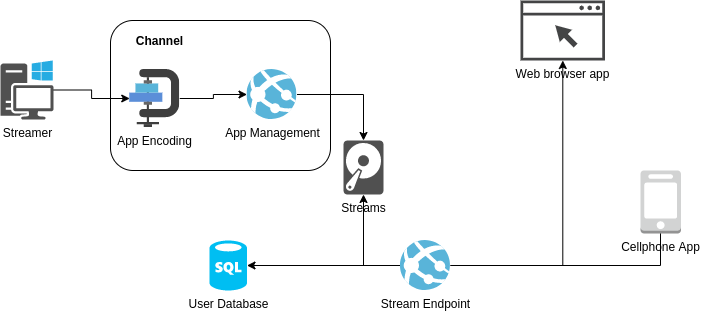
Above: docAssets/Arq-Streaming.png in Deecellar/Stream2U (draw.io), before the change. Source tidied: cells renumbered, new cells last; positions are measured from the earlier drawing's top-left corner, leaving out a move shared by most shapes.
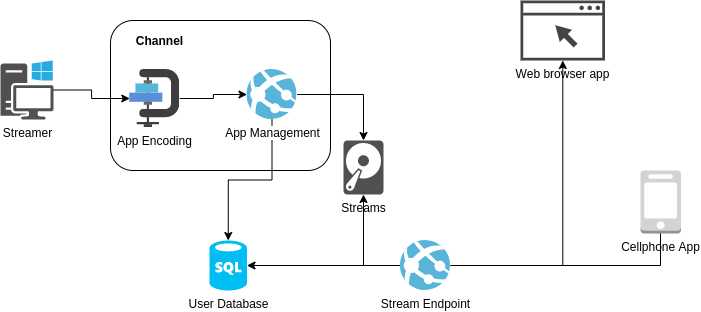
After the change.

Commit message:
Added conection to sql on diagram

What changed in the source:
```diff
@@ -17,6 +17,9 @@
     <mxCell id="6" style="edgeStyle=orthogonalEdgeStyle;rounded=0;jettySize=auto;html=1;" parent="1" edge="1" source="7" target="14">
       <mxGeometry relative="1" as="geometry" />
     </mxCell>
+    <mxCell id="19" style="edgeStyle=orthogonalEdgeStyle;rounded=0;jettySize=auto;html=1;entryX=0.5;entryY=0;entryDx=0;entryDy=0;entryPerimeter=0;" parent="1" edge="1" source="7" target="13">
+      <mxGeometry relative="1" as="geometry" />
+    </mxCell>
     <mxCell id="7" value="App Management" style="html=1;points=[];align=center;image;fontSize=12;image=img/lib/mscae/App_Services.svg;" parent="1" vertex="1">
       <mxGeometry x="246.5" y="69" width="50" height="50" as="geometry" />
     </mxCell>
```
